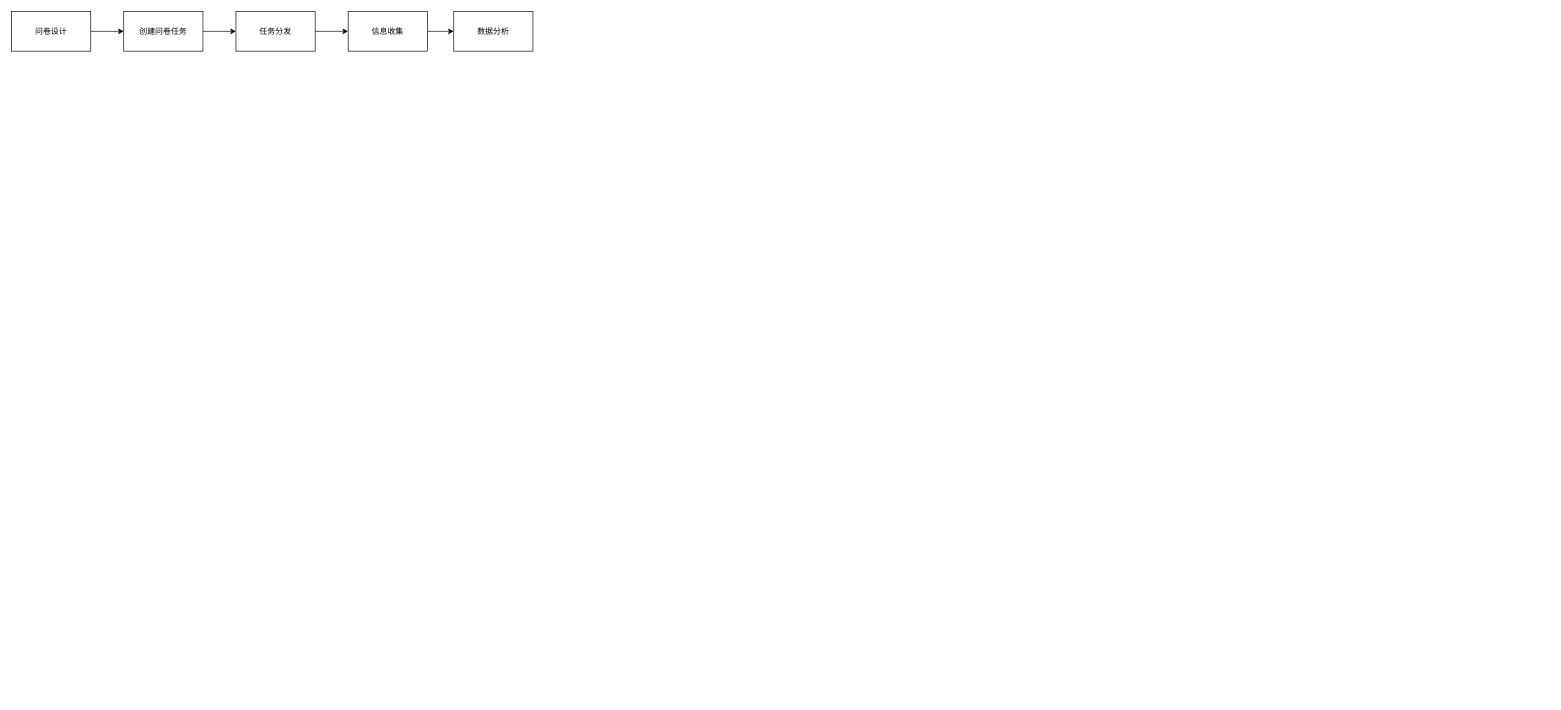
Earlier version of the draw.io diagram page "第 3 页" (3 of 3) of 开票流程.drawio (littleDagron/Codepractice). Source tidied: cells renumbered, new cells numbered last; positions are measured from the earlier drawing's top-left corner, leaving out a move shared by most shapes. Both pictures are drawn from the tidied source at 66%, with x=0, y=0 at pixel (11, 11).
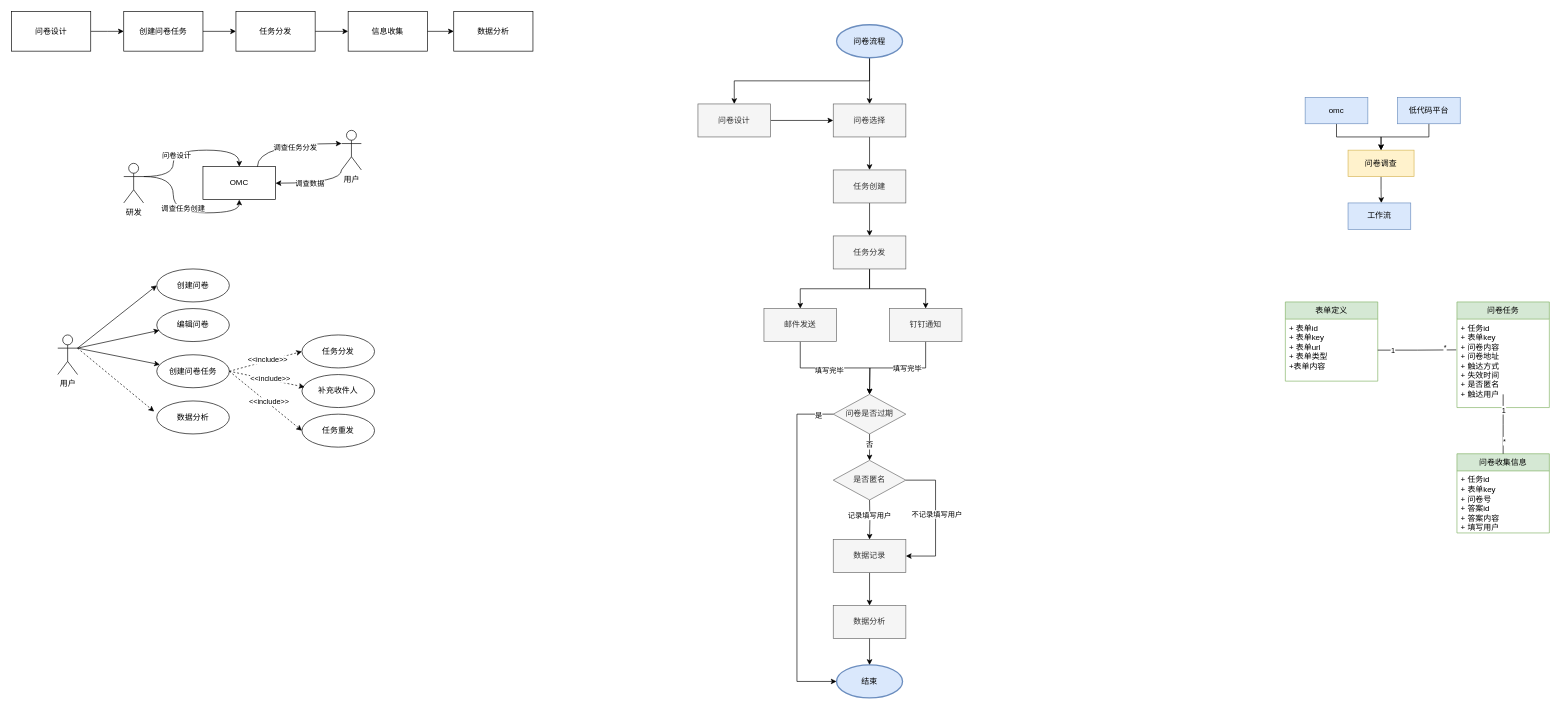
The same diagram, later.

Commit message:
更新开票流程.drawio

Diff of the diagram source:
```diff
@@
+    <mxCell id="11" style="edgeStyle=orthogonalEdgeStyle;rounded=0;jettySize=auto;html=1;exitX=1;exitY=0.3333333333333333;exitDx=0;exitDy=0;exitPerimeter=0;entryX=0.5;entryY=0;entryDx=0;entryDy=0;curved=1;" parent="1" edge="1" source="15" target="16">
+      <mxGeometry relative="1" as="geometry" />
+    </mxCell>
+    <mxCell id="12" value="问卷设计" style="edgeLabel;html=1;align=center;verticalAlign=middle;" parent="11" vertex="1">
+      <mxGeometry x="-0.27" y="-4" relative="1" as="geometry" />
+    </mxCell>
+    <mxCell id="13" style="edgeStyle=orthogonalEdgeStyle;rounded=0;jettySize=auto;html=1;exitX=1;exitY=0.3333333333333333;exitDx=0;exitDy=0;exitPerimeter=0;entryX=0.5;entryY=1;entryDx=0;entryDy=0;curved=1;" parent="1" edge="1" source="15" target="16">
+      <mxGeometry relative="1" as="geometry" />
+    </mxCell>
+    <mxCell id="14" value="调查任务创建" style="edgeLabel;html=1;align=center;verticalAlign=middle;" parent="13" vertex="1">
+      <mxGeometry x="0.04" y="8" relative="1" as="geometry" />
+    </mxCell>
+    <mxCell id="15" value="研发" style="shape=umlActor;verticalLabelPosition=bottom;verticalAlign=top;html=1;" parent="1" vertex="1">
+      <mxGeometry x="170" y="230" width="30" height="60" as="geometry" />
+    </mxCell>
+    <mxCell id="16" value="OMC" style="html=1;whiteSpace=wrap;" parent="1" vertex="1">
+      <mxGeometry x="290" y="235" width="110" height="50" as="geometry" />
+    </mxCell>
+    <mxCell id="17" style="edgeStyle=orthogonalEdgeStyle;rounded=0;jettySize=auto;html=1;exitX=0;exitY=1;exitDx=0;exitDy=0;exitPerimeter=0;curved=1;" parent="1" edge="1" source="19" target="16">
+      <mxGeometry relative="1" as="geometry" />
+    </mxCell>
+    <mxCell id="18" value="调查数据" style="edgeLabel;html=1;align=center;verticalAlign=middle;" parent="17" vertex="1">
+      <mxGeometry x="0.15" relative="1" as="geometry" />
+    </mxCell>
+    <mxCell id="19" value="用户" style="shape=umlActor;verticalLabelPosition=bottom;verticalAlign=top;html=1;" parent="1" vertex="1">
+      <mxGeometry x="500" y="180" width="30" height="60" as="geometry" />
+    </mxCell>
+    <mxCell id="20" style="edgeStyle=orthogonalEdgeStyle;rounded=0;jettySize=auto;html=1;exitX=0.75;exitY=0;exitDx=0;exitDy=0;entryX=0;entryY=0.3333333333333333;entryDx=0;entryDy=0;entryPerimeter=0;curved=1;" parent="1" edge="1" source="16" target="19">
+      <mxGeometry relative="1" as="geometry" />
+    </mxCell>
+    <mxCell id="21" value="调查任务分发" style="edgeLabel;html=1;align=center;verticalAlign=middle;" parent="20" vertex="1">
+      <mxGeometry x="0.13" y="-5" relative="1" as="geometry" />
+    </mxCell>
+    <mxCell id="22" value="创建问卷" style="ellipse;whiteSpace=wrap;html=1;" parent="1" vertex="1">
+      <mxGeometry x="220" y="390" width="110" height="50" as="geometry" />
+    </mxCell>
+    <mxCell id="23" style="rounded=0;jettySize=auto;html=1;exitX=1;exitY=0.3333333333333333;exitDx=0;exitDy=0;exitPerimeter=0;entryX=0;entryY=0.5;entryDx=0;entryDy=0;" parent="1" edge="1" source="25" target="22">
+      <mxGeometry relative="1" as="geometry" />
+    </mxCell>
+    <mxCell id="24" style="rounded=0;jettySize=auto;html=1;exitX=1;exitY=0.3333333333333333;exitDx=0;exitDy=0;exitPerimeter=0;" parent="1" edge="1" source="25" target="30">
+      <mxGeometry relative="1" as="geometry" />
+    </mxCell>
+    <mxCell id="25" value="用户" style="shape=umlActor;verticalLabelPosition=bottom;verticalAlign=top;html=1;" parent="1" vertex="1">
+      <mxGeometry x="70" y="490" width="30" height="60" as="geometry" />
+    </mxCell>
+    <mxCell id="26" value="编辑问卷" style="ellipse;whiteSpace=wrap;html=1;" parent="1" vertex="1">
+      <mxGeometry x="220" y="450" width="110" height="50" as="geometry" />
+    </mxCell>
+    <mxCell id="27" style="rounded=0;jettySize=auto;html=1;exitX=1;exitY=0.3333333333333333;exitDx=0;exitDy=0;exitPerimeter=0;entryX=0.036;entryY=0.66;entryDx=0;entryDy=0;entryPerimeter=0;" parent="1" edge="1" source="25" target="26">
+      <mxGeometry relative="1" as="geometry" />
+    </mxCell>
+    <mxCell id="28" style="rounded=0;jettySize=auto;html=1;exitX=1;exitY=0.5;exitDx=0;exitDy=0;dashed=1;entryX=0;entryY=0.5;entryDx=0;entryDy=0;" parent="1" edge="1" source="30" target="31">
+      <mxGeometry relative="1" as="geometry" />
+    </mxCell>
+    <mxCell id="29" value="&amp;lt;&amp;lt;include&amp;gt;&amp;gt;" style="edgeLabel;html=1;align=center;verticalAlign=middle;" parent="28" vertex="1">
+      <mxGeometry x="0.06" y="2" relative="1" as="geometry" />
+    </mxCell>
+    <mxCell id="30" value="创建问卷任务" style="ellipse;whiteSpace=wrap;html=1;" parent="1" vertex="1">
+      <mxGeometry x="220" y="520" width="110" height="50" as="geometry" />
+    </mxCell>
+    <mxCell id="31" value="任务分发" style="ellipse;whiteSpace=wrap;html=1;" parent="1" vertex="1">
+      <mxGeometry x="440" y="490" width="110" height="50" as="geometry" />
+    </mxCell>
+    <mxCell id="32" value="补充收件人" style="ellipse;whiteSpace=wrap;html=1;" parent="1" vertex="1">
+      <mxGeometry x="440" y="550" width="110" height="50" as="geometry" />
+    </mxCell>
+    <mxCell id="33" style="rounded=0;jettySize=auto;html=1;exitX=1;exitY=0.5;exitDx=0;exitDy=0;dashed=1;entryX=0.036;entryY=0.38;entryDx=0;entryDy=0;entryPerimeter=0;" parent="1" edge="1" source="30" target="32">
+      <mxGeometry relative="1" as="geometry" />
+    </mxCell>
+    <mxCell id="34" value="&amp;lt;&amp;lt;include&amp;gt;&amp;gt;" style="edgeLabel;html=1;align=center;verticalAlign=middle;" parent="33" vertex="1">
+      <mxGeometry x="0.06" y="2" relative="1" as="geometry" />
+    </mxCell>
+    <mxCell id="35" value="任务重发" style="ellipse;whiteSpace=wrap;html=1;" parent="1" vertex="1">
+      <mxGeometry x="440" y="610" width="110" height="50" as="geometry" />
+    </mxCell>
+    <mxCell id="36" style="rounded=0;jettySize=auto;html=1;exitX=1;exitY=0.5;exitDx=0;exitDy=0;dashed=1;entryX=0;entryY=0.5;entryDx=0;entryDy=0;" parent="1" edge="1" source="30" target="35">
+      <mxGeometry relative="1" as="geometry" />
+    </mxCell>
+    <mxCell id="37" value="&amp;lt;&amp;lt;include&amp;gt;&amp;gt;" style="edgeLabel;html=1;align=center;verticalAlign=middle;" parent="36" vertex="1">
+      <mxGeometry x="0.06" y="2" relative="1" as="geometry" />
+    </mxCell>
+    <mxCell id="38" value="数据分析" style="ellipse;whiteSpace=wrap;html=1;" parent="1" vertex="1">
+      <mxGeometry x="220" y="590" width="110" height="50" as="geometry" />
+    </mxCell>
+    <mxCell id="39" style="rounded=0;jettySize=auto;html=1;entryX=-0.036;entryY=0.32;entryDx=0;entryDy=0;entryPerimeter=0;dashed=1;" parent="1" edge="1" target="38">
+      <mxGeometry relative="1" as="geometry">
+        <mxPoint x="100" y="510" as="sourcePoint" />
+      </mxGeometry>
+    </mxCell>
+    <mxCell id="40" style="edgeStyle=orthogonalEdgeStyle;rounded=0;jettySize=auto;html=1;exitX=0.5;exitY=1;exitDx=0;exitDy=0;exitPerimeter=0;" parent="1" edge="1" source="42" target="46">
+      <mxGeometry relative="1" as="geometry" />
+    </mxCell>
+    <mxCell id="41" style="edgeStyle=orthogonalEdgeStyle;rounded=0;jettySize=auto;html=1;exitX=0.5;exitY=1;exitDx=0;exitDy=0;exitPerimeter=0;entryX=0.5;entryY=0;entryDx=0;entryDy=0;" parent="1" edge="1" source="42" target="44">
+      <mxGeometry relative="1" as="geometry" />
+    </mxCell>
+    <mxCell id="42" value="问卷流程" style="strokeWidth=2;html=1;shape=mxgraph.flowchart.start_1;whiteSpace=wrap;fillColor=#dae8fc;strokeColor=#6c8ebf;" parent="1" vertex="1">
+      <mxGeometry x="1250" y="20" width="100" height="50" as="geometry" />
+    </mxCell>
+    <mxCell id="43" style="edgeStyle=orthogonalEdgeStyle;rounded=0;jettySize=auto;html=1;exitX=1;exitY=0.5;exitDx=0;exitDy=0;entryX=0;entryY=0.5;entryDx=0;entryDy=0;" parent="1" edge="1" source="44" target="46">
+      <mxGeometry relative="1" as="geometry" />
+    </mxCell>
+    <mxCell id="44" value="问卷设计" style="rounded=0;whiteSpace=wrap;html=1;fillColor=#f5f5f5;strokeColor=#666666;fontColor=#333333;" parent="1" vertex="1">
+      <mxGeometry x="1040" y="140" width="110" height="50" as="geometry" />
+    </mxCell>
+    <mxCell id="45" style="edgeStyle=orthogonalEdgeStyle;rounded=0;jettySize=auto;html=1;exitX=0.5;exitY=1;exitDx=0;exitDy=0;entryX=0.5;entryY=0;entryDx=0;entryDy=0;" parent="1" edge="1" source="46" target="48">
+      <mxGeometry relative="1" as="geometry" />
+    </mxCell>
+    <mxCell id="46" value="问卷选择" style="rounded=0;whiteSpace=wrap;html=1;fillColor=#f5f5f5;strokeColor=#666666;fontColor=#333333;" parent="1" vertex="1">
+      <mxGeometry x="1245" y="140" width="110" height="50" as="geometry" />
+    </mxCell>
+    <mxCell id="47" style="edgeStyle=orthogonalEdgeStyle;rounded=0;jettySize=auto;html=1;exitX=0.5;exitY=1;exitDx=0;exitDy=0;entryX=0.5;entryY=0;entryDx=0;entryDy=0;" parent="1" edge="1" source="48" target="51">
+      <mxGeometry relative="1" as="geometry" />
+    </mxCell>
+    <mxCell id="48" value="任务创建" style="rounded=0;whiteSpace=wrap;html=1;fillColor=#f5f5f5;strokeColor=#666666;fontColor=#333333;" parent="1" vertex="1">
+      <mxGeometry x="1245" y="240" width="110" height="50" as="geometry" />
+    </mxCell>
+    <mxCell id="49" style="edgeStyle=orthogonalEdgeStyle;rounded=0;jettySize=auto;html=1;exitX=0.5;exitY=1;exitDx=0;exitDy=0;entryX=0.5;entryY=0;entryDx=0;entryDy=0;" parent="1" edge="1" source="51" target="62">
+      <mxGeometry relative="1" as="geometry" />
+    </mxCell>
+    <mxCell id="50" style="edgeStyle=orthogonalEdgeStyle;rounded=0;jettySize=auto;html=1;exitX=0.5;exitY=1;exitDx=0;exitDy=0;entryX=0.5;entryY=0;entryDx=0;entryDy=0;" parent="1" edge="1" source="51" target="65">
+      <mxGeometry relative="1" as="geometry" />
+    </mxCell>
+    <mxCell id="51" value="任务分发" style="rounded=0;whiteSpace=wrap;html=1;fillColor=#f5f5f5;strokeColor=#666666;fontColor=#333333;" parent="1" vertex="1">
+      <mxGeometry x="1245" y="340" width="110" height="50" as="geometry" />
+    </mxCell>
+    <mxCell id="52" value="数据分析" style="rounded=0;whiteSpace=wrap;html=1;fillColor=#f5f5f5;strokeColor=#666666;fontColor=#333333;" parent="1" vertex="1">
+      <mxGeometry x="1245" y="900" width="110" height="50" as="geometry" />
+    </mxCell>
+    <mxCell id="53" value="结束" style="strokeWidth=2;html=1;shape=mxgraph.flowchart.start_1;whiteSpace=wrap;fillColor=#dae8fc;strokeColor=#6c8ebf;" parent="1" vertex="1">
+      <mxGeometry x="1250" y="990" width="100" height="50" as="geometry" />
+    </mxCell>
+    <mxCell id="54" style="edgeStyle=orthogonalEdgeStyle;rounded=0;jettySize=auto;html=1;exitX=1;exitY=0.5;exitDx=0;exitDy=0;entryX=1;entryY=0.5;entryDx=0;entryDy=0;" parent="1" edge="1" target="59">
+      <mxGeometry relative="1" as="geometry">
+        <mxPoint x="1355" y="710" as="sourcePoint" />
+        <Array as="points">
+          <mxPoint x="1400" y="710" />
+          <mxPoint x="1400" y="825" />
+        </Array>
+      </mxGeometry>
+    </mxCell>
+    <mxCell id="55" value="不记录填写用户" style="edgeLabel;html=1;align=center;verticalAlign=middle;" parent="54" vertex="1">
+      <mxGeometry x="-0.06" y="1" relative="1" as="geometry" />
+    </mxCell>
+    <mxCell id="56" style="edgeStyle=orthogonalEdgeStyle;rounded=0;jettySize=auto;html=1;exitX=0.5;exitY=1;exitDx=0;exitDy=0;entryX=0.5;entryY=0;entryDx=0;entryDy=0;" parent="1" edge="1" target="59">
+      <mxGeometry relative="1" as="geometry">
+        <mxPoint x="1300" y="740" as="sourcePoint" />
+      </mxGeometry>
+    </mxCell>
+    <mxCell id="57" value="记录填写用户" style="edgeLabel;html=1;align=center;verticalAlign=middle;" parent="56" vertex="1">
+      <mxGeometry x="-0.24" y="-1" relative="1" as="geometry" />
+    </mxCell>
+    <mxCell id="58" style="edgeStyle=orthogonalEdgeStyle;rounded=0;jettySize=auto;html=1;exitX=0.5;exitY=1;exitDx=0;exitDy=0;entryX=0.5;entryY=0;entryDx=0;entryDy=0;" parent="1" edge="1" source="59" target="52">
+      <mxGeometry relative="1" as="geometry" />
+    </mxCell>
+    <mxCell id="59" value="数据记录" style="rounded=0;whiteSpace=wrap;html=1;fillColor=#f5f5f5;strokeColor=#666666;fontColor=#333333;" parent="1" vertex="1">
+      <mxGeometry x="1245" y="800" width="110" height="50" as="geometry" />
+    </mxCell>
+    <mxCell id="60" style="edgeStyle=orthogonalEdgeStyle;rounded=0;jettySize=auto;html=1;exitX=0.5;exitY=1;exitDx=0;exitDy=0;" parent="1" edge="1" source="62">
+      <mxGeometry relative="1" as="geometry">
+        <mxPoint x="1300" y="580" as="targetPoint" />
+      </mxGeometry>
+    </mxCell>
+    <mxCell id="61" value="填写完毕" style="edgeLabel;html=1;align=center;verticalAlign=middle;" parent="60" vertex="1">
+      <mxGeometry x="-0.11" y="-3" relative="1" as="geometry" />
+    </mxCell>
+    <mxCell id="62" value="邮件发送" style="rounded=0;whiteSpace=wrap;html=1;fillColor=#f5f5f5;strokeColor=#666666;fontColor=#333333;" parent="1" vertex="1">
+      <mxGeometry x="1140" y="450" width="110" height="50" as="geometry" />
+    </mxCell>
+    <mxCell id="63" style="edgeStyle=orthogonalEdgeStyle;rounded=0;jettySize=auto;html=1;exitX=0.5;exitY=1;exitDx=0;exitDy=0;entryX=0.5;entryY=0;entryDx=0;entryDy=0;" parent="1" edge="1" source="65">
+      <mxGeometry relative="1" as="geometry">
+        <mxPoint x="1300" y="580" as="targetPoint" />
+      </mxGeometry>
+    </mxCell>
+    <mxCell id="64" value="填写完毕" style="edgeLabel;html=1;align=center;verticalAlign=middle;" parent="63" vertex="1">
+      <mxGeometry x="-0.16" relative="1" as="geometry" />
+    </mxCell>
+    <mxCell id="65" value="钉钉通知" style="rounded=0;whiteSpace=wrap;html=1;fillColor=#f5f5f5;strokeColor=#666666;fontColor=#333333;" parent="1" vertex="1">
+      <mxGeometry x="1330" y="450" width="110" height="50" as="geometry" />
+    </mxCell>
+    <mxCell id="66" style="edgeStyle=orthogonalEdgeStyle;rounded=0;jettySize=auto;html=1;exitX=0.5;exitY=1;exitDx=0;exitDy=0;entryX=0.5;entryY=0;entryDx=0;entryDy=0;entryPerimeter=0;" parent="1" edge="1" source="52" target="53">
+      <mxGeometry relative="1" as="geometry" />
+    </mxCell>
+    <mxCell id="67" style="edgeStyle=orthogonalEdgeStyle;rounded=0;jettySize=auto;html=1;exitX=0.5;exitY=1;exitDx=0;exitDy=0;" parent="1" edge="1" source="68">
+      <mxGeometry relative="1" as="geometry">
+        <mxPoint x="2075.4" y="290" as="targetPoint" />
+      </mxGeometry>
+    </mxCell>
+    <mxCell id="68" value="问卷调查" style="rounded=0;whiteSpace=wrap;html=1;fillColor=#fff2cc;strokeColor=#d6b656;" parent="1" vertex="1">
+      <mxGeometry x="2025" y="210" width="100" height="40" as="geometry" />
+    </mxCell>
+    <mxCell id="69" style="edgeStyle=orthogonalEdgeStyle;rounded=0;jettySize=auto;html=1;exitX=0.5;exitY=1;exitDx=0;exitDy=0;entryX=0.5;entryY=0;entryDx=0;entryDy=0;" parent="1" edge="1" source="70" target="68">
+      <mxGeometry relative="1" as="geometry" />
+    </mxCell>
+    <mxCell id="70" value="omc" style="rounded=0;whiteSpace=wrap;html=1;fillColor=#dae8fc;strokeColor=#6c8ebf;" parent="1" vertex="1">
+      <mxGeometry x="1960" y="130" width="95" height="40" as="geometry" />
+    </mxCell>
+    <mxCell id="71" value="工作流" style="rounded=0;whiteSpace=wrap;html=1;fillColor=#dae8fc;strokeColor=#6c8ebf;" parent="1" vertex="1">
+      <mxGeometry x="2025" y="290" width="95" height="40" as="geometry" />
+    </mxCell>
+    <mxCell id="72" style="edgeStyle=orthogonalEdgeStyle;rounded=0;jettySize=auto;html=1;exitX=0.5;exitY=1;exitDx=0;exitDy=0;entryX=0.5;entryY=0;entryDx=0;entryDy=0;" parent="1" edge="1" source="73" target="68">
+      <mxGeometry relative="1" as="geometry" />
+    </mxCell>
+    <mxCell id="73" value="低代码平台" style="rounded=0;whiteSpace=wrap;html=1;fillColor=#dae8fc;strokeColor=#6c8ebf;" parent="1" vertex="1">
+      <mxGeometry x="2100" y="130" width="95" height="40" as="geometry" />
+    </mxCell>
+    <mxCell id="74" value="表单定义" style="swimlane;fontStyle=0;horizontal=1;startSize=26;fillColor=#d5e8d4;whiteSpace=wrap;html=1;strokeColor=#82b366;" parent="1" vertex="1">
+      <mxGeometry x="1930" y="440" width="140" height="120" as="geometry" />
+    </mxCell>
+    <mxCell id="75" value="+ 表单id&lt;div&gt;+ 表单key&lt;/div&gt;&lt;div&gt;+ 表单url&lt;/div&gt;&lt;div&gt;+ 表单类型&lt;/div&gt;&lt;div&gt;+表单内容&lt;br&gt;&lt;div&gt;&lt;br&gt;&lt;div&gt;&lt;br&gt;&lt;/div&gt;&lt;/div&gt;&lt;/div&gt;" style="text;strokeColor=none;fillColor=none;align=left;verticalAlign=top;spacingLeft=4;spacingRight=4;overflow=hidden;points=[[0,0.5],[1,0.5]];portConstraint=eastwest;whiteSpace=wrap;html=1;" parent="74" vertex="1">
+      <mxGeometry y="26" width="140" height="94" as="geometry" />
+    </mxCell>
+    <mxCell id="76" value="问卷任务" style="swimlane;fontStyle=0;horizontal=1;startSize=26;fillColor=#d5e8d4;whiteSpace=wrap;html=1;strokeColor=#82b366;" parent="1" vertex="1">
+      <mxGeometry x="2190" y="440" width="140" height="160" as="geometry" />
+    </mxCell>
+    <mxCell id="77" value="+ 任务id&lt;div&gt;+ 表单key&lt;br&gt;&lt;div&gt;+ 问卷内容&lt;/div&gt;&lt;div&gt;+ 问卷地址&lt;br&gt;&lt;/div&gt;&lt;div&gt;+ 触达方式&lt;/div&gt;&lt;div&gt;+ 失效时间&lt;/div&gt;&lt;div&gt;+ 是否匿名&lt;/div&gt;&lt;div&gt;+ 触达用户&lt;/div&gt;&lt;div&gt;&lt;br&gt;&lt;div&gt;&lt;br&gt;&lt;div&gt;&lt;br&gt;&lt;/div&gt;&lt;/div&gt;&lt;/div&gt;&lt;/div&gt;" style="text;strokeColor=none;fillColor=none;align=left;verticalAlign=top;spacingLeft=4;spacingRight=4;overflow=hidden;points=[[0,0.5],[1,0.5]];portConstraint=eastwest;whiteSpace=wrap;html=1;" parent="76" vertex="1">
+      <mxGeometry y="26" width="140" height="134" as="geometry" />
+    </mxCell>
+    <mxCell id="78" value="问卷收集信息" style="swimlane;fontStyle=0;horizontal=1;startSize=26;fillColor=#d5e8d4;whiteSpace=wrap;html=1;strokeColor=#82b366;" parent="1" vertex="1">
+      <mxGeometry x="2190" y="670" width="140" height="120" as="geometry" />
+    </mxCell>
+    <mxCell id="79" value="+ 任务id&lt;div&gt;+ 表单key&lt;/div&gt;&lt;div&gt;+ 问卷号&lt;br&gt;&lt;div&gt;+ 答案id&lt;br&gt;&lt;div&gt;+ 答案内容&lt;/div&gt;&lt;div&gt;+ 填写用户&lt;/div&gt;&lt;div&gt;&lt;br&gt;&lt;div&gt;&lt;br&gt;&lt;div&gt;&lt;br&gt;&lt;/div&gt;&lt;/div&gt;&lt;/div&gt;&lt;/div&gt;&lt;/div&gt;" style="text;strokeColor=none;fillColor=none;align=left;verticalAlign=top;spacingLeft=4;spacingRight=4;overflow=hidden;whiteSpace=wrap;html=1;" parent="78" vertex="1">
+      <mxGeometry y="26" width="140" height="94" as="geometry" />
+    </mxCell>
+    <mxCell id="80" style="edgeStyle=orthogonalEdgeStyle;rounded=0;jettySize=auto;html=1;exitX=0.5;exitY=0;exitDx=0;exitDy=0;endArrow=none;endFill=0;" parent="1" edge="1" source="78">
+      <mxGeometry relative="1" as="geometry">
+        <mxPoint x="2260" y="580" as="targetPoint" />
+      </mxGeometry>
+    </mxCell>
+    <mxCell id="81" value="1" style="edgeLabel;html=1;align=center;verticalAlign=middle;" parent="80" vertex="1">
+      <mxGeometry x="0.49" relative="1" as="geometry" />
+    </mxCell>
+    <mxCell id="82" value="*" style="edgeLabel;html=1;align=center;verticalAlign=middle;" parent="80" vertex="1">
+      <mxGeometry x="-0.56" y="-1" relative="1" as="geometry" />
+    </mxCell>
+    <mxCell id="83" style="edgeStyle=orthogonalEdgeStyle;rounded=0;jettySize=auto;html=1;exitX=1;exitY=0.5;exitDx=0;exitDy=0;entryX=-0.008;entryY=0.348;entryDx=0;entryDy=0;entryPerimeter=0;endArrow=none;endFill=0;" parent="1" edge="1" source="75" target="77">
+      <mxGeometry relative="1" as="geometry" />
+    </mxCell>
+    <mxCell id="84" value="1" style="edgeLabel;html=1;align=center;verticalAlign=middle;" parent="83" vertex="1">
+      <mxGeometry x="-0.63" relative="1" as="geometry" />
+    </mxCell>
+    <mxCell id="85" value="*" style="edgeLabel;html=1;align=center;verticalAlign=middle;" parent="83" vertex="1">
+      <mxGeometry x="0.71" y="3" relative="1" as="geometry" />
+    </mxCell>
+    <mxCell id="86" value="是否匿名" style="rhombus;whiteSpace=wrap;html=1;fillColor=#f5f5f5;fontColor=#333333;strokeColor=#666666;" parent="1" vertex="1">
+      <mxGeometry x="1245" y="680" width="110" height="60" as="geometry" />
+    </mxCell>
+    <mxCell id="87" style="edgeStyle=orthogonalEdgeStyle;rounded=0;jettySize=auto;html=1;exitX=0.5;exitY=1;exitDx=0;exitDy=0;entryX=0.5;entryY=0;entryDx=0;entryDy=0;" parent="1" edge="1" source="89" target="86">
+      <mxGeometry relative="1" as="geometry" />
+    </mxCell>
+    <mxCell id="88" value="否" style="edgeLabel;html=1;align=center;verticalAlign=middle;" parent="87" vertex="1">
+      <mxGeometry x="-0.21" y="-1" relative="1" as="geometry" />
+    </mxCell>
+    <mxCell id="89" value="问卷是否过期" style="rhombus;whiteSpace=wrap;html=1;fillColor=#f5f5f5;fontColor=#333333;strokeColor=#666666;" parent="1" vertex="1">
+      <mxGeometry x="1245" y="580" width="110" height="60" as="geometry" />
+    </mxCell>
+    <mxCell id="90" style="edgeStyle=orthogonalEdgeStyle;rounded=0;jettySize=auto;html=1;exitX=0;exitY=0.5;exitDx=0;exitDy=0;entryX=0;entryY=0.5;entryDx=0;entryDy=0;entryPerimeter=0;" parent="1" edge="1" source="89" target="53">
+      <mxGeometry relative="1" as="geometry">
+        <Array as="points">
+          <mxPoint x="1190" y="610" />
+          <mxPoint x="1190" y="1015" />
+        </Array>
+      </mxGeometry>
+    </mxCell>
+    <mxCell id="91" value="是" style="edgeLabel;html=1;align=center;verticalAlign=middle;" parent="90" vertex="1">
+      <mxGeometry x="-0.91" y="2" relative="1" as="geometry" />
+    </mxCell>
```
